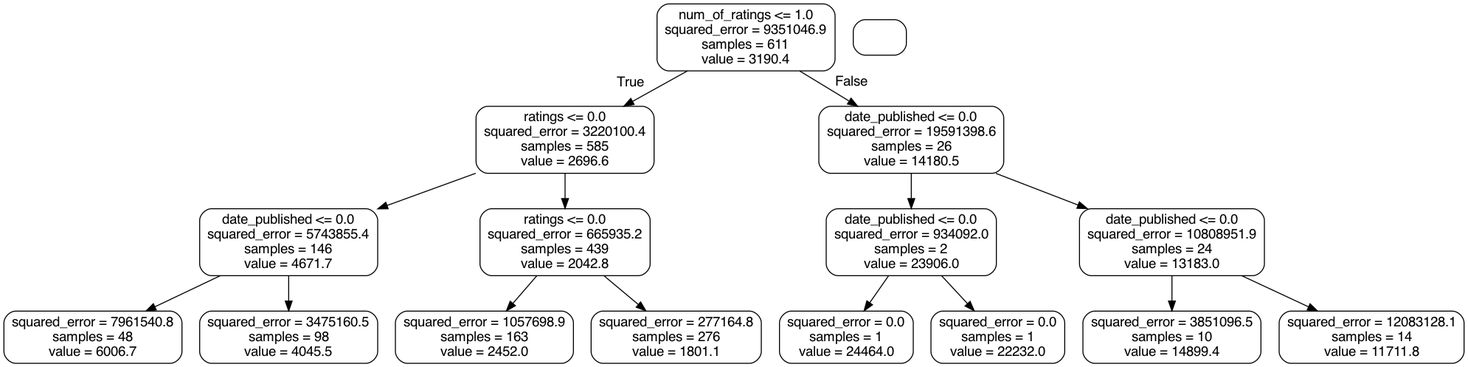
This is scripts/images/small_tree.png from codeteme/goodreads_sales_prediction, a Graphviz export, as it was before one commit. Its source is kept beside it as scripts/images/small_tree.dot.
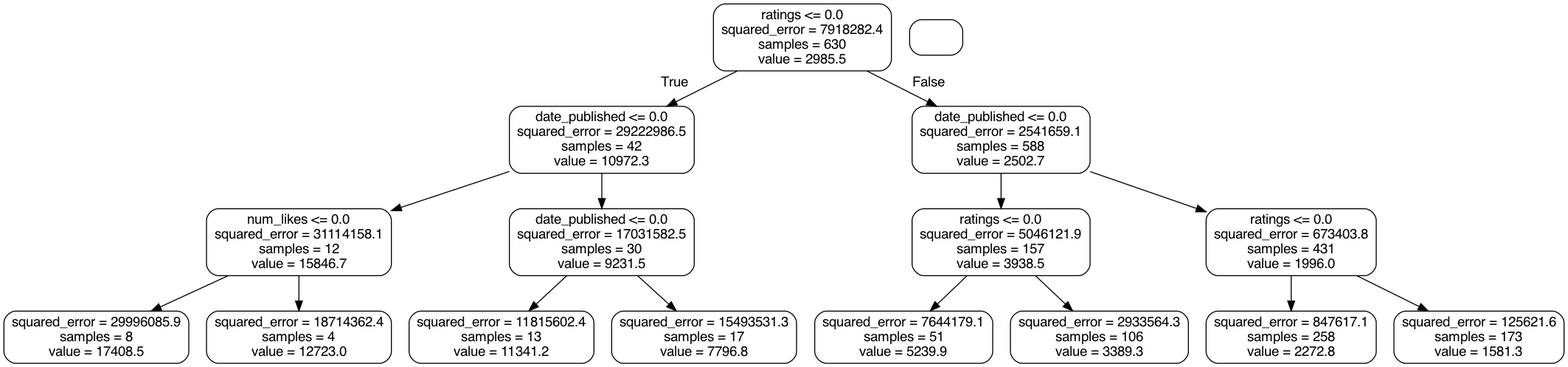
After the change.

Diff of the diagram source:
```diff
@@ -1,33 +1,33 @@
 digraph Tree {
 node [shape=box, style="rounded", color="black", fontname="helvetica"] ;
 edge [fontname="helvetica"] ;
-0 [label="num_of_ratings <= 1.0\nsquared_error = 9351046.9\nsamples = 611\nvalue = 3190.4"] ;
-1 [label="ratings <= 0.0\nsquared_error = 3220100.4\nsamples = 585\nvalue = 2696.6"] ;
+0 [label="ratings <= 0.0\nsquared_error = 7918282.4\nsamples = 630\nvalue = 2985.5"] ;
+1 [label="date_published <= 0.0\nsquared_error = 29222986.5\nsamples = 42\nvalue = 10972.3"] ;
 0 -> 1 [labeldistance=2.5, labelangle=45, headlabel="True"] ;
-2 [label="date_published <= 0.0\nsquared_error = 5743855.4\nsamples = 146\nvalue = 4671.7"] ;
+2 [label="num_likes <= 0.0\nsquared_error = 31114158.1\nsamples = 12\nvalue = 15846.7"] ;
 1 -> 2 ;
-3 [label="squared_error = 7961540.8\nsamples = 48\nvalue = 6006.7"] ;
+3 [label="squared_error = 29996085.9\nsamples = 8\nvalue = 17408.5"] ;
 2 -> 3 ;
-4 [label="squared_error = 3475160.5\nsamples = 98\nvalue = 4045.5"] ;
+4 [label="squared_error = 18714362.4\nsamples = 4\nvalue = 12723.0"] ;
 2 -> 4 ;
-5 [label="ratings <= 0.0\nsquared_error = 665935.2\nsamples = 439\nvalue = 2042.8"] ;
+5 [label="date_published <= 0.0\nsquared_error = 17031582.5\nsamples = 30\nvalue = 9231.5"] ;
 1 -> 5 ;
-6 [label="squared_error = 1057698.9\nsamples = 163\nvalue = 2452.0"] ;
+6 [label="squared_error = 11815602.4\nsamples = 13\nvalue = 11341.2"] ;
 5 -> 6 ;
-7 [label="squared_error = 277164.8\nsamples = 276\nvalue = 1801.1"] ;
+7 [label="squared_error = 15493531.3\nsamples = 17\nvalue = 7796.8"] ;
 5 -> 7 ;
-8 [label="date_published <= 0.0\nsquared_error = 19591398.6\nsamples = 26\nvalue = 14180.5"] ;
+8 [label="date_published <= 0.0\nsquared_error = 2541659.1\nsamples = 588\nvalue = 2502.7"] ;
 0 -> 8 [labeldistance=2.5, labelangle=-45, headlabel="False"] ;
-9 [label="date_published <= 0.0\nsquared_error = 934092.0\nsamples = 2\nvalue = 23906.0"] ;
+9 [label="ratings <= 0.0\nsquared_error = 5046121.9\nsamples = 157\nvalue = 3938.5"] ;
 8 -> 9 ;
-10 [label="squared_error = 0.0\nsamples = 1\nvalue = 24464.0"] ;
+10 [label="squared_error = 7644179.1\nsamples = 51\nvalue = 5239.9"] ;
 9 -> 10 ;
-11 [label="squared_error = 0.0\nsamples = 1\nvalue = 22232.0"] ;
+11 [label="squared_error = 2933564.3\nsamples = 106\nvalue = 3389.3"] ;
 9 -> 11 ;
-12 [label="date_published <= 0.0\nsquared_error = 10808951.9\nsamples = 24\nvalue = 13183.0"] ;
+12 [label="ratings <= 0.0\nsquared_error = 673403.8\nsamples = 431\nvalue = 1996.0"] ;
 8 -> 12 ;
-13 [label="squared_error = 3851096.5\nsamples = 10\nvalue = 14899.4"] ;
+13 [label="squared_error = 847617.1\nsamples = 258\nvalue = 2272.8"] ;
 12 -> 13 ;
-14 [label="squared_error = 12083128.1\nsamples = 14\nvalue = 11711.8"] ;
+14 [label="squared_error = 125621.6\nsamples = 173\nvalue = 1581.3"] ;
 12 -> 14 ;
 }
```
